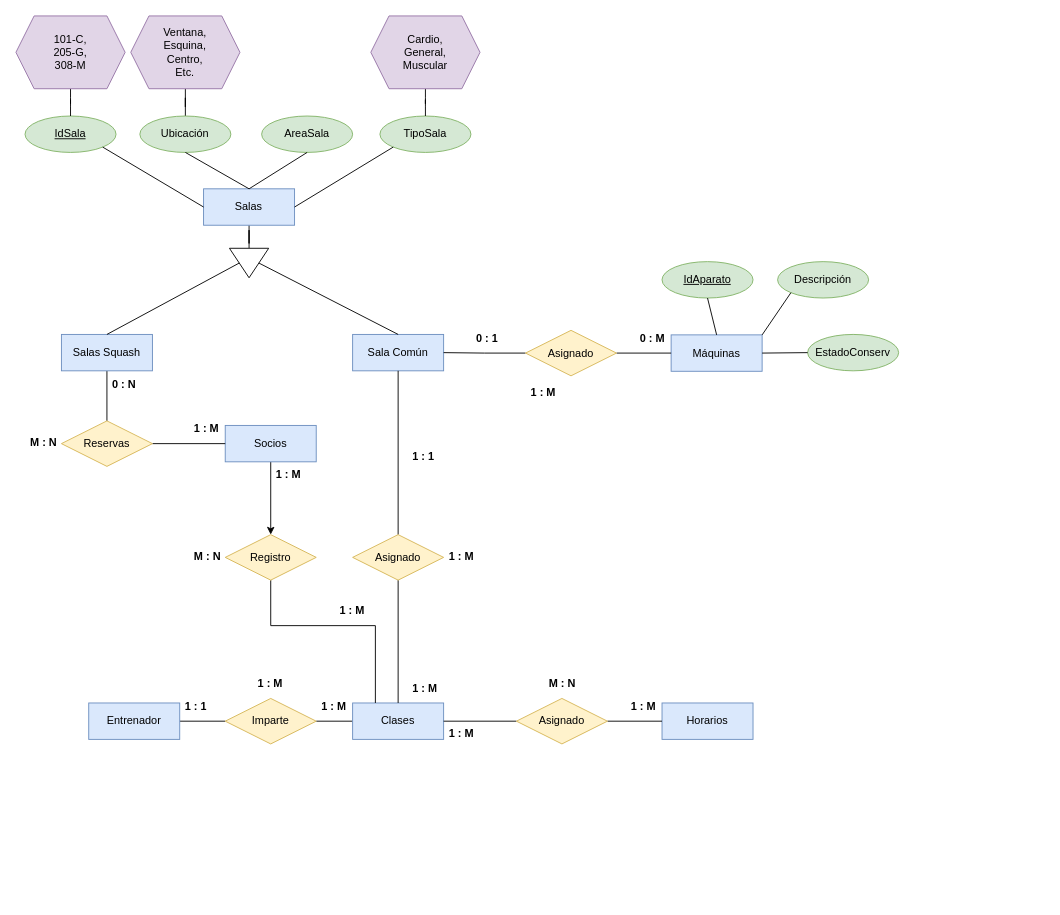
Above: Progreso_1/Diagrama_1_TrabajoClase.drawio in AngelDavidStudios/Diagramas_BdD_1 (draw.io), before the change. Source tidied: cells renumbered, new cells numbered last; positions are measured from the earlier drawing's top-left corner, leaving out a move shared by most shapes. Both pictures are drawn from the tidied source at 91%, with x=0, y=0 at pixel (15, 15).
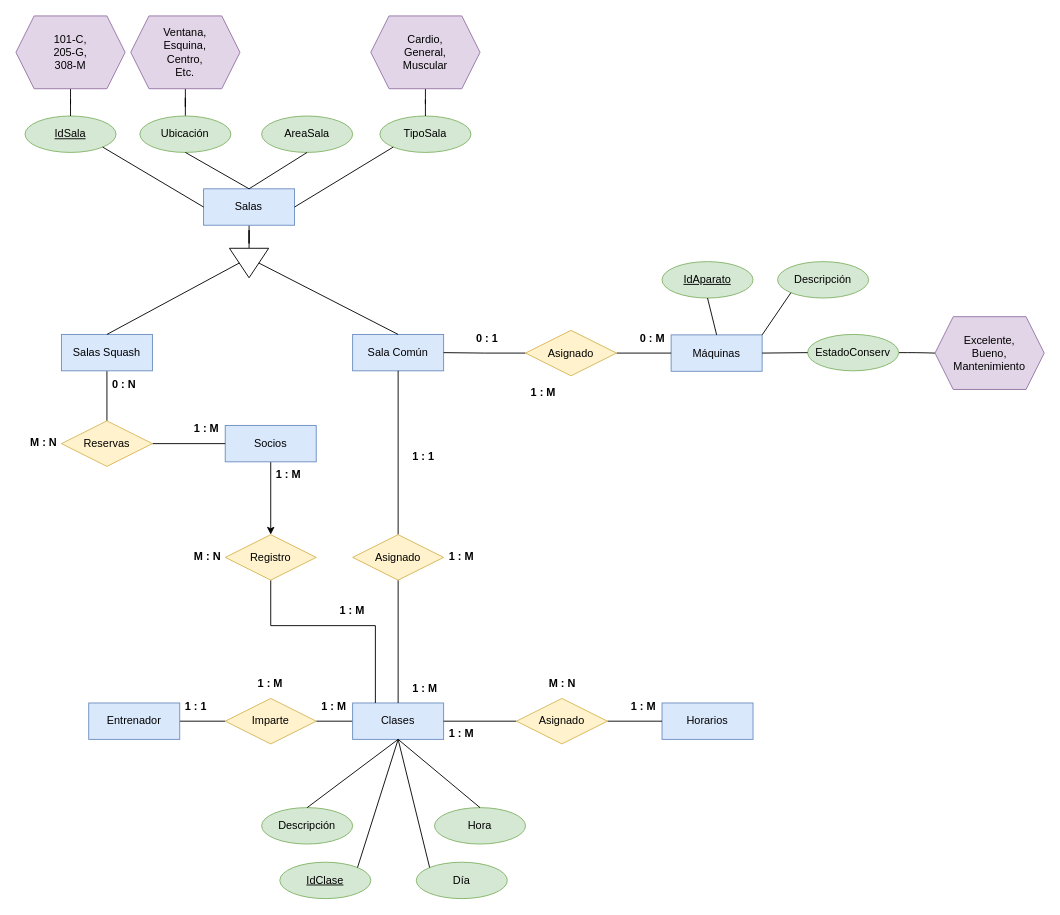
The same page after the edit.

Unchanged cells that the change refers to:
```xml
<mxCell id="15" value="Clases" style="whiteSpace=wrap;html=1;align=center;fillColor=#dae8fc;strokeColor=#6c8ebf;rounded=0;" parent="1" vertex="1">
  <mxGeometry x="370" y="755" width="100" height="40" as="geometry" />
</mxCell>
<mxCell id="66" value="EstadoConserv" style="ellipse;whiteSpace=wrap;html=1;align=center;rounded=0;fillColor=#d5e8d4;strokeColor=#82b366;" parent="1" vertex="1">
  <mxGeometry x="870" y="350" width="100" height="40" as="geometry" />
</mxCell>
```

Diff of the diagram source:
```diff
@@
+    <mxCell id="70" style="edgeStyle=orthogonalEdgeStyle;jettySize=auto;html=1;entryX=0;entryY=0.5;entryDx=0;entryDy=0;endArrow=none;endFill=0;" parent="1" edge="1" source="66" target="71">
+      <mxGeometry relative="1" as="geometry" />
+    </mxCell>
@@
+    <mxCell id="71" value="Excelente,&lt;div&gt;Bueno,&lt;/div&gt;&lt;div&gt;Mantenimiento&lt;/div&gt;" style="shape=hexagon;perimeter=hexagonPerimeter2;whiteSpace=wrap;html=1;fixedSize=1;rounded=0;fillColor=#e1d5e7;strokeColor=#9673a6;" parent="1" vertex="1">
+      <mxGeometry x="1010" y="330.5" width="120" height="80" as="geometry" />
+    </mxCell>
+    <mxCell id="72" value="IdClase" style="ellipse;whiteSpace=wrap;html=1;align=center;fontStyle=4;rounded=0;fillColor=#d5e8d4;strokeColor=#82b366;" parent="1" vertex="1">
+      <mxGeometry x="290" y="930" width="100" height="40" as="geometry" />
+    </mxCell>
+    <mxCell id="73" value="Descripción" style="ellipse;whiteSpace=wrap;html=1;align=center;rounded=0;fillColor=#d5e8d4;strokeColor=#82b366;" parent="1" vertex="1">
+      <mxGeometry x="270" y="870" width="100" height="40" as="geometry" />
+    </mxCell>
+    <mxCell id="74" value="Día" style="ellipse;whiteSpace=wrap;html=1;align=center;rounded=0;fillColor=#d5e8d4;strokeColor=#82b366;" parent="1" vertex="1">
+      <mxGeometry x="440" y="930" width="100" height="40" as="geometry" />
+    </mxCell>
+    <mxCell id="75" value="Hora" style="ellipse;whiteSpace=wrap;html=1;align=center;rounded=0;fillColor=#d5e8d4;strokeColor=#82b366;" parent="1" vertex="1">
+      <mxGeometry x="460" y="870" width="100" height="40" as="geometry" />
+    </mxCell>
+    <mxCell id="76" style="endArrow=none;html=1;rounded=0;entryX=0.5;entryY=1;entryDx=0;entryDy=0;exitX=0.5;exitY=0;exitDx=0;exitDy=0;" parent="1" edge="1" source="73" target="15">
+      <mxGeometry relative="1" as="geometry" />
+    </mxCell>
+    <mxCell id="77" style="endArrow=none;html=1;rounded=0;entryX=0.5;entryY=1;entryDx=0;entryDy=0;exitX=0.5;exitY=0;exitDx=0;exitDy=0;" parent="1" edge="1" source="75" target="15">
+      <mxGeometry relative="1" as="geometry" />
+    </mxCell>
+    <mxCell id="78" style="endArrow=none;html=1;rounded=0;entryX=0.5;entryY=1;entryDx=0;entryDy=0;exitX=1;exitY=0;exitDx=0;exitDy=0;" parent="1" edge="1" source="72" target="15">
+      <mxGeometry relative="1" as="geometry" />
+    </mxCell>
+    <mxCell id="79" style="endArrow=none;html=1;rounded=0;entryX=0.5;entryY=1;entryDx=0;entryDy=0;exitX=0;exitY=0;exitDx=0;exitDy=0;" parent="1" edge="1" source="74" target="15">
+      <mxGeometry relative="1" as="geometry" />
+    </mxCell>
```
